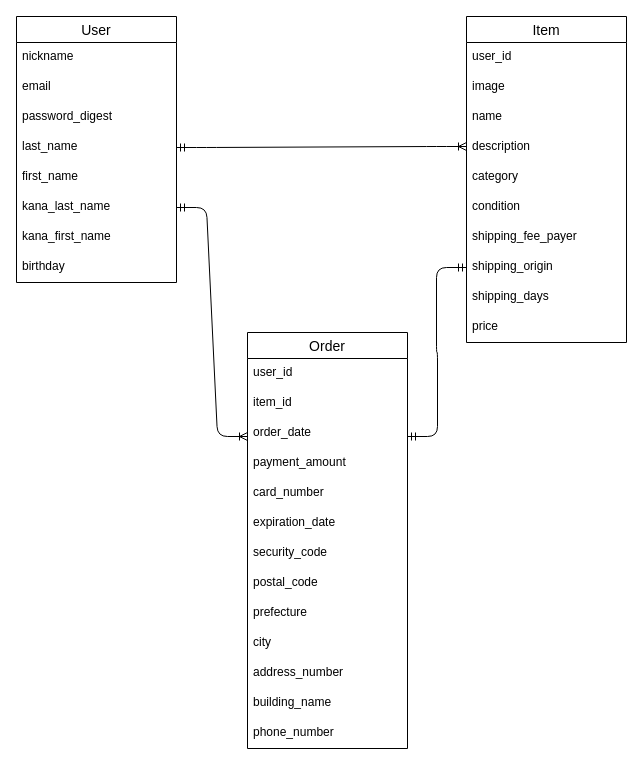
Earlier version of the draw.io diagram furimaERD.dio (Yokko405/furima-40407). Source tidied: cells renumbered, new cells numbered last; positions are measured from the earlier drawing's top-left corner, leaving out a move shared by most shapes. Both pictures are drawn from the tidied source at 100%, with x=0, y=0 at pixel (16, 16).
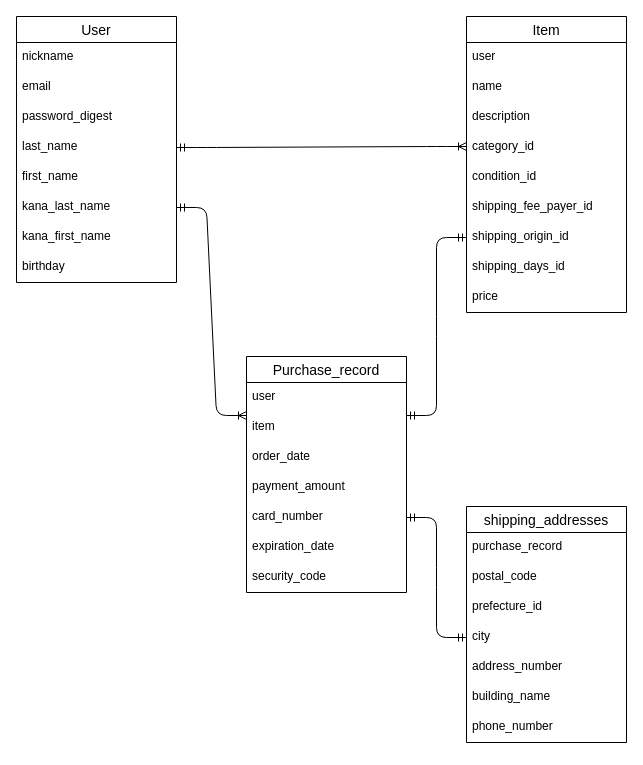
After the change.

Commit message (it also covers changes not shown here):
データベース設計PR修正

password_digestをencrypted_passwordに変更。
emailカラムに一意性制約（unique: true）を追加。
references型のカラム名から_idを削除（user_idをuserに変更）。
imageカラムを削除（アクティブストレージを使用するため）。
アクティブハッシュを使用するカラムの型をstringからintegerに変更し、カラム名の末尾に_idを追加し、単数形に変更（例：categoryをcategory_idに変更）。
purchase_recordsテーブルとshipping_addressesテーブルを分けて実装。

Unchanged cells that the change refers to:
```xml
<mxCell id="6" value="last_name" style="text;strokeColor=none;fillColor=none;spacingLeft=4;spacingRight=4;overflow=hidden;points=[[0,0.5],[1,0.5]];portConstraint=eastwest;fontSize=12;" parent="2" vertex="1">
  <mxGeometry y="116" width="160" height="30" as="geometry" />
</mxCell>
<mxCell id="8" value="kana_last_name" style="text;strokeColor=none;fillColor=none;spacingLeft=4;spacingRight=4;overflow=hidden;points=[[0,0.5],[1,0.5]];portConstraint=eastwest;fontSize=12;" parent="2" vertex="1">
  <mxGeometry y="176" width="160" height="30" as="geometry" />
</mxCell>
<mxCell id="27" value="card_number" style="text;strokeColor=none;fillColor=none;spacingLeft=4;spacingRight=4;overflow=hidden;points=[[0,0.5],[1,0.5]];portConstraint=eastwest;fontSize=12;" parent="22" vertex="1">
  <mxGeometry y="146" width="160" height="30" as="geometry" />
</mxCell>
```

The edit, as a diff of the source:
```diff
@@
     <mxCell id="11" value="Item" style="swimlane;fontStyle=0;horizontal=1;startSize=26;align=center;fontSize=14;" parent="1" vertex="1">
-      <mxGeometry x="450" width="160" height="326" as="geometry" />
+      <mxGeometry x="450" width="160" height="296" as="geometry" />
     </mxCell>
-    <mxCell id="12" value="user_id" style="text;strokeColor=none;fillColor=none;spacingLeft=4;spacingRight=4;overflow=hidden;fontSize=12;" parent="11" vertex="1">
+    <mxCell id="12" value="user" style="text;strokeColor=none;fillColor=none;spacingLeft=4;spacingRight=4;overflow=hidden;fontSize=12;" parent="11" vertex="1">
       <mxGeometry y="26" width="160" height="30" as="geometry" />
     </mxCell>
-    <mxCell id="13" value="image" style="text;strokeColor=none;fillColor=none;spacingLeft=4;spacingRight=4;overflow=hidden;fontSize=12;" parent="11" vertex="1">
-      <mxGeometry y="56" width="160" height="30" as="geometry" />
-    </mxCell>
     <mxCell id="14" value="name" style="text;strokeColor=none;fillColor=none;spacingLeft=4;spacingRight=4;overflow=hidden;fontSize=12;" parent="11" vertex="1">
-      <mxGeometry y="86" width="160" height="30" as="geometry" />
+      <mxGeometry y="56" width="160" height="30" as="geometry" />
     </mxCell>
     <mxCell id="15" value="description" style="text;strokeColor=none;fillColor=none;spacingLeft=4;spacingRight=4;overflow=hidden;fontSize=12;" parent="11" vertex="1">
-      <mxGeometry y="116" width="160" height="30" as="geometry" />
+      <mxGeometry y="86" width="160" height="30" as="geometry" />
     </mxCell>
-    <mxCell id="16" value="category" style="text;strokeColor=none;fillColor=none;spacingLeft=4;spacingRight=4;overflow=hidden;fontSize=12;" parent="11" vertex="1">
-      <mxGeometry y="146" width="160" height="30" as="geometry" />
+    <mxCell id="16" value="category_id" style="text;strokeColor=none;fillColor=none;spacingLeft=4;spacingRight=4;overflow=hidden;fontSize=12;" parent="11" vertex="1">
+      <mxGeometry y="116" width="160" height="30" as="geometry" />
     </mxCell>
-    <mxCell id="17" value="condition" style="text;strokeColor=none;fillColor=none;spacingLeft=4;spacingRight=4;overflow=hidden;fontSize=12;" parent="11" vertex="1">
-      <mxGeometry y="176" width="160" height="30" as="geometry" />
+    <mxCell id="17" value="condition_id" style="text;strokeColor=none;fillColor=none;spacingLeft=4;spacingRight=4;overflow=hidden;fontSize=12;" parent="11" vertex="1">
+      <mxGeometry y="146" width="160" height="30" as="geometry" />
     </mxCell>
-    <mxCell id="18" value="shipping_fee_payer" style="text;strokeColor=none;fillColor=none;spacingLeft=4;spacingRight=4;overflow=hidden;fontSize=12;" parent="11" vertex="1">
-      <mxGeometry y="206" width="160" height="30" as="geometry" />
+    <mxCell id="18" value="shipping_fee_payer_id" style="text;strokeColor=none;fillColor=none;spacingLeft=4;spacingRight=4;overflow=hidden;fontSize=12;" parent="11" vertex="1">
+      <mxGeometry y="176" width="160" height="30" as="geometry" />
     </mxCell>
-    <mxCell id="19" value="shipping_origin" style="text;strokeColor=none;fillColor=none;spacingLeft=4;spacingRight=4;overflow=hidden;points=[[0,0.5],[1,0.5]];portConstraint=eastwest;fontSize=12;" parent="11" vertex="1">
-      <mxGeometry y="236" width="160" height="30" as="geometry" />
+    <mxCell id="19" value="shipping_origin_id" style="text;strokeColor=none;fillColor=none;spacingLeft=4;spacingRight=4;overflow=hidden;points=[[0,0.5],[1,0.5]];portConstraint=eastwest;fontSize=12;" parent="11" vertex="1">
+      <mxGeometry y="206" width="160" height="30" as="geometry" />
     </mxCell>
-    <mxCell id="20" value="shipping_days" style="text;strokeColor=none;fillColor=none;spacingLeft=4;spacingRight=4;overflow=hidden;fontSize=12;" parent="11" vertex="1">
-      <mxGeometry y="266" width="160" height="30" as="geometry" />
+    <mxCell id="20" value="shipping_days_id" style="text;strokeColor=none;fillColor=none;spacingLeft=4;spacingRight=4;overflow=hidden;fontSize=12;" parent="11" vertex="1">
+      <mxGeometry y="236" width="160" height="30" as="geometry" />
     </mxCell>
     <mxCell id="21" value="price" style="text;strokeColor=none;fillColor=none;spacingLeft=4;spacingRight=4;overflow=hidden;fontSize=12;" parent="11" vertex="1">
-      <mxGeometry y="296" width="160" height="30" as="geometry" />
+      <mxGeometry y="266" width="160" height="30" as="geometry" />
     </mxCell>
-    <mxCell id="22" value="Order" style="swimlane;fontStyle=0;horizontal=1;startSize=26;align=center;fontSize=14;" parent="1" vertex="1">
-      <mxGeometry x="231" y="316" width="160" height="416" as="geometry" />
+    <mxCell id="22" value="Purchase_record" style="swimlane;fontStyle=0;horizontal=1;startSize=26;align=center;fontSize=14;" parent="1" vertex="1">
+      <mxGeometry x="230" y="340" width="160" height="236" as="geometry" />
     </mxCell>
-    <mxCell id="23" value="user_id" style="text;strokeColor=none;fillColor=none;spacingLeft=4;spacingRight=4;overflow=hidden;fontSize=12;" parent="22" vertex="1">
+    <mxCell id="23" value="user" style="text;strokeColor=none;fillColor=none;spacingLeft=4;spacingRight=4;overflow=hidden;fontSize=12;" parent="22" vertex="1">
       <mxGeometry y="26" width="160" height="30" as="geometry" />
     </mxCell>
-    <mxCell id="24" value="item_id" style="text;strokeColor=none;fillColor=none;spacingLeft=4;spacingRight=4;overflow=hidden;fontSize=12;" parent="22" vertex="1">
+    <mxCell id="24" value="item" style="text;strokeColor=none;fillColor=none;spacingLeft=4;spacingRight=4;overflow=hidden;fontSize=12;" parent="22" vertex="1">
       <mxGeometry y="56" width="160" height="30" as="geometry" />
     </mxCell>
@@
+    <mxCell id="36" style="edgeStyle=entityRelationEdgeStyle;fontSize=12;html=1;endArrow=ERoneToMany;startArrow=ERmandOne;exitX=1;exitY=0.5;exitDx=0;exitDy=0;" parent="1" edge="1" source="6">
+      <mxGeometry relative="1" as="geometry">
+        <mxPoint x="450" y="130" as="targetPoint" />
+      </mxGeometry>
+    </mxCell>
+    <mxCell id="37" style="edgeStyle=entityRelationEdgeStyle;fontSize=12;html=1;endArrow=ERoneToMany;startArrow=ERmandOne;exitX=1;exitY=0.5;exitDx=0;exitDy=0;entryX=0;entryY=0.25;entryDx=0;entryDy=0;" parent="1" edge="1" source="8" target="22">
+      <mxGeometry relative="1" as="geometry" />
+    </mxCell>
+    <mxCell id="38" style="edgeStyle=entityRelationEdgeStyle;fontSize=12;html=1;endArrow=ERmandOne;startArrow=ERmandOne;exitX=1;exitY=0.25;exitDx=0;exitDy=0;entryX=0;entryY=0.5;entryDx=0;entryDy=0;" parent="1" edge="1" source="22" target="19">
+      <mxGeometry relative="1" as="geometry" />
+    </mxCell>
+    <mxCell id="39" value="shipping_addresses" style="swimlane;fontStyle=0;horizontal=1;startSize=26;align=center;fontSize=14;" parent="1" vertex="1">
+      <mxGeometry x="450" y="490" width="160" height="236" as="geometry" />
+    </mxCell>
+    <mxCell id="40" value="purchase_record" style="text;strokeColor=none;fillColor=none;spacingLeft=4;spacingRight=4;overflow=hidden;fontSize=12;" parent="39" vertex="1">
+      <mxGeometry y="26" width="160" height="30" as="geometry" />
+    </mxCell>
-    <mxCell id="30" value="postal_code" style="text;strokeColor=none;fillColor=none;spacingLeft=4;spacingRight=4;overflow=hidden;fontSize=12;" parent="22" vertex="1">
-      <mxGeometry y="236" width="160" height="30" as="geometry" />
+    <mxCell id="30" value="postal_code" style="text;strokeColor=none;fillColor=none;spacingLeft=4;spacingRight=4;overflow=hidden;fontSize=12;" parent="39" vertex="1">
+      <mxGeometry y="56" width="160" height="30" as="geometry" />
     </mxCell>
-    <mxCell id="31" value="prefecture" style="text;strokeColor=none;fillColor=none;spacingLeft=4;spacingRight=4;overflow=hidden;fontSize=12;" parent="22" vertex="1">
-      <mxGeometry y="266" width="160" height="30" as="geometry" />
-    </mxCell>
+    <mxCell id="41" value="prefecture_id" style="text;strokeColor=none;fillColor=none;spacingLeft=4;spacingRight=4;overflow=hidden;fontSize=12;" parent="39" vertex="1">
+      <mxGeometry y="86" width="160" height="30" as="geometry" />
+    </mxCell>
-    <mxCell id="32" value="city" style="text;strokeColor=none;fillColor=none;spacingLeft=4;spacingRight=4;overflow=hidden;points=[[0,0.5],[1,0.5]];portConstraint=eastwest;fontSize=12;" parent="22" vertex="1">
-      <mxGeometry y="296" width="160" height="30" as="geometry" />
+    <mxCell id="32" value="city" style="text;strokeColor=none;fillColor=none;spacingLeft=4;spacingRight=4;overflow=hidden;points=[[0,0.5],[1,0.5]];portConstraint=eastwest;fontSize=12;" parent="39" vertex="1">
+      <mxGeometry y="116" width="160" height="30" as="geometry" />
     </mxCell>
-    <mxCell id="33" value="address_number" style="text;strokeColor=none;fillColor=none;spacingLeft=4;spacingRight=4;overflow=hidden;fontSize=12;" parent="22" vertex="1">
-      <mxGeometry y="326" width="160" height="30" as="geometry" />
+    <mxCell id="33" value="address_number" style="text;strokeColor=none;fillColor=none;spacingLeft=4;spacingRight=4;overflow=hidden;fontSize=12;" parent="39" vertex="1">
+      <mxGeometry y="146" width="160" height="30" as="geometry" />
     </mxCell>
-    <mxCell id="34" value="building_name" style="text;strokeColor=none;fillColor=none;spacingLeft=4;spacingRight=4;overflow=hidden;fontSize=12;" parent="22" vertex="1">
-      <mxGeometry y="356" width="160" height="30" as="geometry" />
+    <mxCell id="34" value="building_name" style="text;strokeColor=none;fillColor=none;spacingLeft=4;spacingRight=4;overflow=hidden;fontSize=12;" parent="39" vertex="1">
+      <mxGeometry y="176" width="160" height="30" as="geometry" />
     </mxCell>
-    <mxCell id="35" value="phone_number" style="text;strokeColor=none;fillColor=none;spacingLeft=4;spacingRight=4;overflow=hidden;fontSize=12;" parent="22" vertex="1">
-      <mxGeometry y="386" width="160" height="30" as="geometry" />
+    <mxCell id="35" value="phone_number" style="text;strokeColor=none;fillColor=none;spacingLeft=4;spacingRight=4;overflow=hidden;fontSize=12;" parent="39" vertex="1">
+      <mxGeometry y="206" width="160" height="30" as="geometry" />
     </mxCell>
-    <mxCell id="36" style="edgeStyle=entityRelationEdgeStyle;fontSize=12;html=1;endArrow=ERoneToMany;startArrow=ERmandOne;exitX=1;exitY=0.5;exitDx=0;exitDy=0;" parent="1" edge="1" source="6">
-      <mxGeometry relative="1" as="geometry">
-        <mxPoint x="450" y="130" as="targetPoint" />
-      </mxGeometry>
-    </mxCell>
-    <mxCell id="37" style="edgeStyle=entityRelationEdgeStyle;fontSize=12;html=1;endArrow=ERoneToMany;startArrow=ERmandOne;exitX=1;exitY=0.5;exitDx=0;exitDy=0;entryX=0;entryY=0.25;entryDx=0;entryDy=0;" parent="1" edge="1" source="8" target="22">
-      <mxGeometry relative="1" as="geometry" />
-    </mxCell>
-    <mxCell id="38" style="edgeStyle=entityRelationEdgeStyle;fontSize=12;html=1;endArrow=ERmandOne;startArrow=ERmandOne;exitX=1;exitY=0.25;exitDx=0;exitDy=0;entryX=0;entryY=0.5;entryDx=0;entryDy=0;" parent="1" edge="1" source="22" target="19">
-      <mxGeometry relative="1" as="geometry" />
-    </mxCell>
+    <mxCell id="42" style="edgeStyle=entityRelationEdgeStyle;fontSize=12;html=1;endArrow=ERmandOne;startArrow=ERmandOne;exitX=1;exitY=0.5;exitDx=0;exitDy=0;entryX=0;entryY=0.5;entryDx=0;entryDy=0;" parent="1" edge="1" source="27" target="32">
+      <mxGeometry relative="1" as="geometry" />
+    </mxCell>
```
